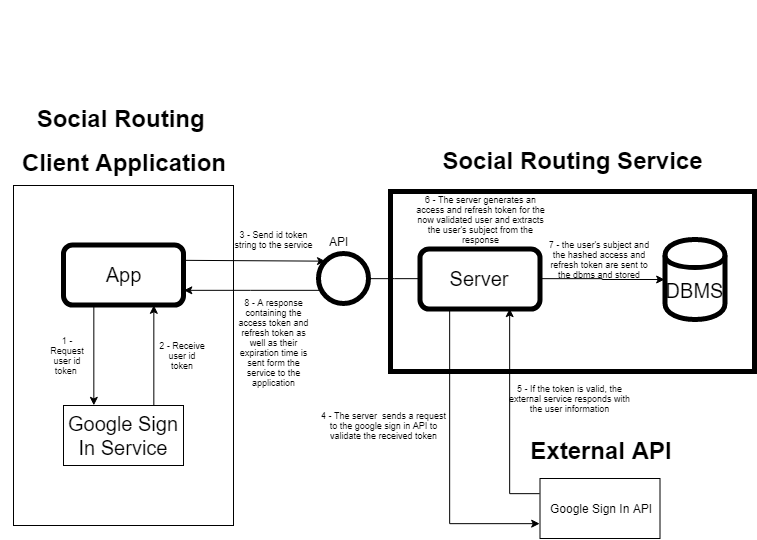
baltasarb/social-routing keeps this draw.io diagram as final-report/images/project-structure/authentication-diagram.png. Above is the earlier version. Source tidied: cells renumbered, new cells last; positions are measured from the earlier drawing's top-left corner, leaving out a move shared by most shapes.
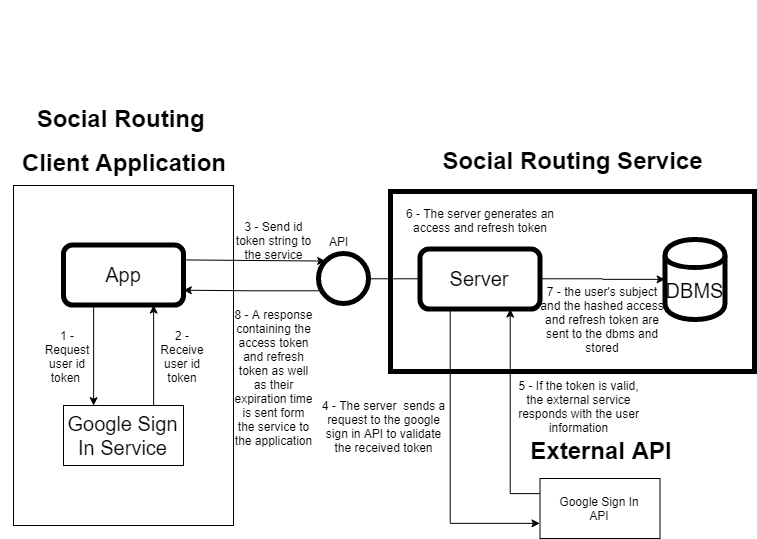
The same file after the commit.

Diff of the diagram source:
```diff
@@ -20,11 +20,11 @@
     <mxCell id="7" style="edgeStyle=orthogonalEdgeStyle;rounded=0;jettySize=auto;html=1;endArrow=none;endFill=0;entryX=0;entryY=0.5;entryDx=0;entryDy=0;" parent="2" edge="1" source="30" target="4">
       <mxGeometry relative="1" as="geometry" />
     </mxCell>
-    <mxCell id="8" value="7 - the user's subject and the hashed access and refresh token are sent to the dbms and stored" style="text;html=1;strokeColor=none;fillColor=none;align=center;verticalAlign=middle;whiteSpace=wrap;rounded=0;fontSize=9;" parent="2" vertex="1">
-      <mxGeometry x="155" y="58.5" width="108" height="19" as="geometry" />
+    <mxCell id="8" value="7 - the user's subject and the hashed access and refresh token are sent to the dbms and stored" style="text;html=1;strokeColor=none;fillColor=none;align=center;verticalAlign=middle;whiteSpace=wrap;rounded=0;fontSize=12;" parent="2" vertex="1">
+      <mxGeometry x="149.5" y="117.5" width="125" height="19" as="geometry" />
     </mxCell>
-    <mxCell id="9" value="6 - The server generates an access and refresh token for the now validated user and extracts the user's subject from the response" style="text;html=1;strokeColor=none;fillColor=none;align=center;verticalAlign=middle;whiteSpace=wrap;rounded=0;fontSize=9;" parent="2" vertex="1">
-      <mxGeometry x="25" y="15.5" width="130" height="25" as="geometry" />
+    <mxCell id="9" value="6 - The server generates an access and refresh token" style="text;html=1;strokeColor=none;fillColor=none;align=center;verticalAlign=middle;whiteSpace=wrap;rounded=0;fontSize=12;" parent="2" vertex="1">
+      <mxGeometry x="7" y="16.5" width="165" height="25" as="geometry" />
     </mxCell>
     <mxCell id="10" style="group;" parent="1" vertex="1">
       <mxGeometry x="-0.5" width="245" height="430.5" as="geometry" />
@@ -38,10 +38,10 @@
     <mxCell id="13" value="&lt;h1&gt;&lt;font style=&quot;font-size: 24px&quot;&gt;Social Routing&amp;nbsp;&lt;/font&gt;&lt;/h1&gt;&lt;h1&gt;&lt;font style=&quot;font-size: 24px&quot;&gt;Client Application&lt;/font&gt;&lt;/h1&gt;" style="text;html=1;strokeColor=none;fillColor=none;spacing=5;spacingTop=-20;whiteSpace=wrap;overflow=hidden;rounded=0;align=center;" parent="10" vertex="1">
       <mxGeometry y="99" width="245" height="120" as="geometry" />
     </mxCell>
-    <mxCell id="14" value="1 - Request user id token&amp;nbsp;" style="text;html=1;strokeColor=none;fillColor=none;align=center;verticalAlign=middle;whiteSpace=wrap;rounded=0;fontSize=9;" parent="10" vertex="1">
+    <mxCell id="14" value="1 - Request user id token&amp;nbsp;" style="text;html=1;strokeColor=none;fillColor=none;align=center;verticalAlign=middle;whiteSpace=wrap;rounded=0;fontSize=12;" parent="10" vertex="1">
       <mxGeometry x="42.5" y="347.5" width="48" height="15" as="geometry" />
     </mxCell>
-    <mxCell id="15" value="2 - Receive user id token" style="text;html=1;strokeColor=none;fillColor=none;align=center;verticalAlign=middle;whiteSpace=wrap;rounded=0;fontSize=9;" parent="10" vertex="1">
+    <mxCell id="15" value="2 - Receive user id token" style="text;html=1;strokeColor=none;fillColor=none;align=center;verticalAlign=middle;whiteSpace=wrap;rounded=0;fontSize=12;" parent="10" vertex="1">
       <mxGeometry x="157" y="347.5" width="48" height="15" as="geometry" />
     </mxCell>
     <mxCell id="16" style="group;" parent="1" vertex="1">
@@ -74,14 +74,14 @@
     <mxCell id="25" style="endArrow=classic;html=1;fontSize=4;exitX=1;exitY=0.25;exitDx=0;exitDy=0;entryX=0;entryY=0;entryDx=0;entryDy=0;" parent="1" edge="1" source="12" target="30">
       <mxGeometry relative="1" as="geometry" />
     </mxCell>
-    <mxCell id="26" value="3 - Send id token string to the service" style="text;html=1;strokeColor=none;fillColor=none;align=center;verticalAlign=middle;whiteSpace=wrap;rounded=0;fontSize=9;" parent="1" vertex="1">
+    <mxCell id="26" value="3 - Send id token string to the service" style="text;html=1;strokeColor=none;fillColor=none;align=center;verticalAlign=middle;whiteSpace=wrap;rounded=0;fontSize=12;" parent="1" vertex="1">
       <mxGeometry x="232" y="231.5" width="80" height="15" as="geometry" />
     </mxCell>
-    <mxCell id="27" value="4 - The server&amp;nbsp; sends a request to the google sign in API to validate the received token" style="text;html=1;strokeColor=none;fillColor=none;align=center;verticalAlign=middle;whiteSpace=wrap;rounded=0;fontSize=9;" parent="1" vertex="1">
+    <mxCell id="27" value="4 - The server&amp;nbsp; sends a request to the google sign in API to validate the received token" style="text;html=1;strokeColor=none;fillColor=none;align=center;verticalAlign=middle;whiteSpace=wrap;rounded=0;fontSize=12;" parent="1" vertex="1">
       <mxGeometry x="317.5" y="405" width="130" height="40" as="geometry" />
     </mxCell>
-    <mxCell id="28" value="5 - If the token is valid, the external service responds with the user information" style="text;html=1;strokeColor=none;fillColor=none;align=center;verticalAlign=middle;whiteSpace=wrap;rounded=0;fontSize=9;" parent="1" vertex="1">
-      <mxGeometry x="503.5" y="377.5" width="130" height="40" as="geometry" />
+    <mxCell id="28" value="5 - If the token is valid, the external service responds with the user information" style="text;html=1;strokeColor=none;fillColor=none;align=center;verticalAlign=middle;whiteSpace=wrap;rounded=0;fontSize=12;" parent="1" vertex="1">
+      <mxGeometry x="512" y="385" width="130" height="40" as="geometry" />
     </mxCell>
     <mxCell id="29" style="edgeStyle=orthogonalEdgeStyle;rounded=0;jettySize=auto;html=1;endArrow=classic;endFill=1;fontSize=4;exitX=0;exitY=1;exitDx=0;exitDy=0;entryX=1;entryY=0.75;entryDx=0;entryDy=0;" parent="1" edge="1" source="30" target="12">
       <mxGeometry relative="1" as="geometry">
@@ -97,8 +97,8 @@
     <mxCell id="31" value="API" style="text;html=1;align=left;verticalAlign=top;spacingTop=-4;" parent="1" vertex="1">
       <mxGeometry x="325.8" y="231.5" width="30" height="10" as="geometry" />
     </mxCell>
-    <mxCell id="32" value="8 - A response containing the access token and refresh token as well as their expiration time is sent form the service to the application" style="text;html=1;strokeColor=none;fillColor=none;align=center;verticalAlign=middle;whiteSpace=wrap;rounded=0;fontSize=9;" parent="1" vertex="1">
-      <mxGeometry x="232" y="320.5" width="80" height="42" as="geometry" />
+    <mxCell id="32" value="8 - A response containing the access token and refresh token as well as their expiration time is sent form the service to the application" style="text;html=1;strokeColor=none;fillColor=none;align=center;verticalAlign=middle;whiteSpace=wrap;rounded=0;fontSize=12;" parent="1" vertex="1">
+      <mxGeometry x="232" y="355" width="80" height="42" as="geometry" />
     </mxCell>
   </root>
 </mxGraphModel>
```
